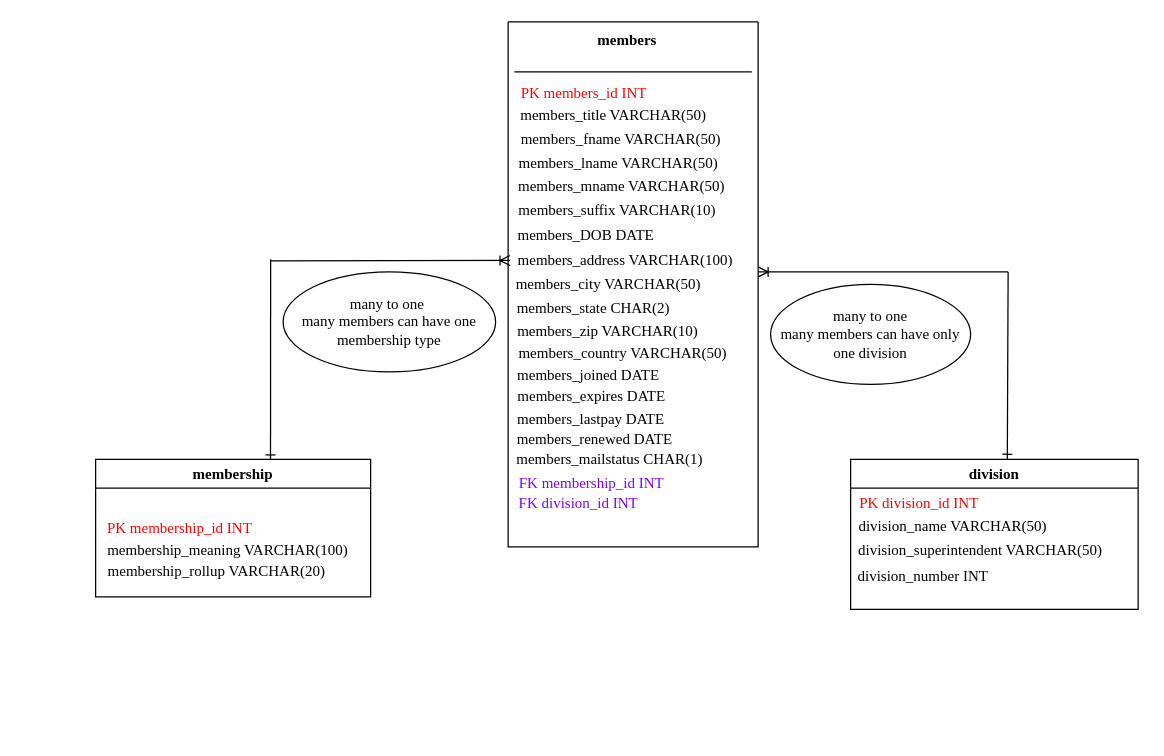
This is ProjectNMRA.SER.drawio from angelikakasia/SQL, a draw.io file, before an edit. Source tidied: cells renumbered, new cells numbered last; positions are measured from the earlier drawing's top-left corner, leaving out a move shared by most shapes. Both pictures are drawn from the tidied source at 125%, with x=0, y=0 at pixel (55, 21).
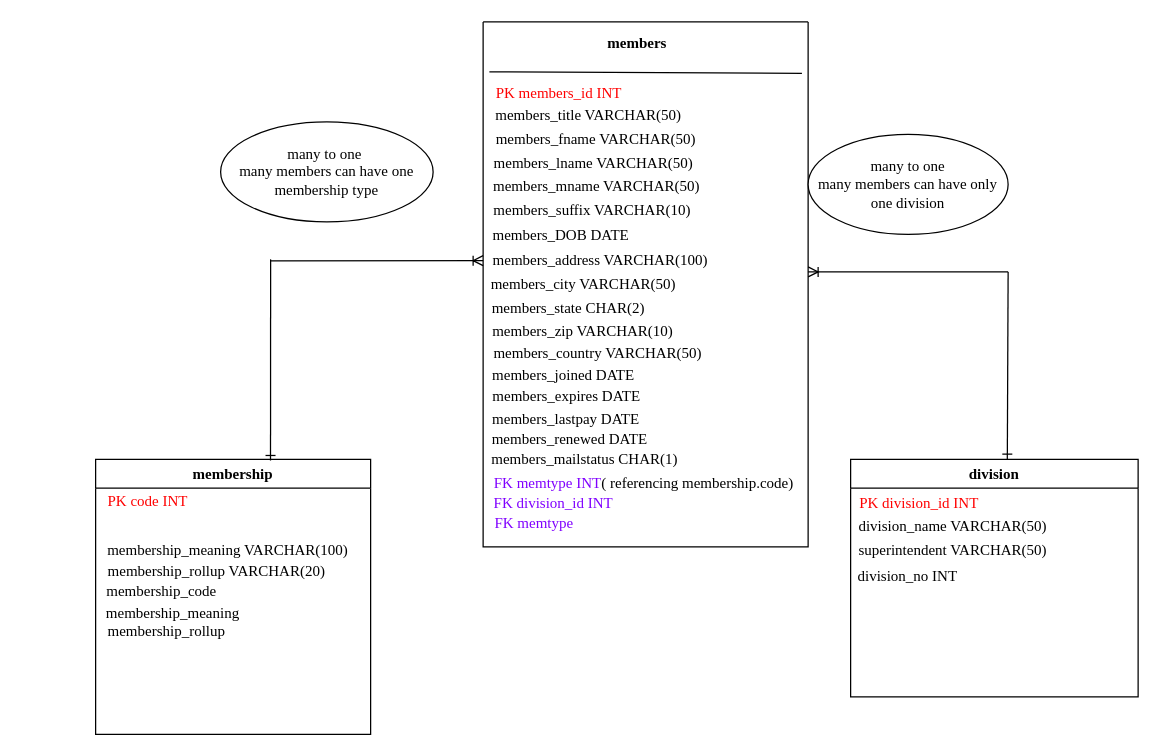
The same diagram, later.

The change refers to these unchanged cells:
```xml
<mxCell id="11" value="members_city VARCHAR(50)" style="text;html=1;align=center;verticalAlign=middle;whiteSpace=wrap;rounded=0;fontFamily=Times New Roman;" parent="2" vertex="1">
  <mxGeometry x="-5" y="195" width="171" height="30" as="geometry" />
</mxCell>
```

Change to the diagram source:
```diff
@@
     <mxCell id="2" style="swimlane;startSize=0;fontFamily=Times New Roman;" parent="1" vertex="1">
-      <mxGeometry x="362" width="200" height="420" as="geometry" />
+      <mxGeometry x="342" width="260" height="420" as="geometry" />
     </mxCell>
     <mxCell id="3" value="&lt;b&gt;members&lt;/b&gt;" style="text;html=1;align=center;verticalAlign=middle;strokeColor=none;fillColor=none;fontFamily=Times New Roman;" parent="2" vertex="1">
-      <mxGeometry x="60" width="70" height="30" as="geometry" />
+      <mxGeometry x="88" y="2" width="70" height="30" as="geometry" />
     </mxCell>
@@
-    <mxCell id="7" style="endArrow=none;html=1;rounded=0;fontFamily=Times New Roman;" parent="2" edge="1">
+    <mxCell id="7" style="endArrow=none;html=1;rounded=0;fontFamily=Times New Roman;entryX=0.981;entryY=0.098;entryDx=0;entryDy=0;entryPerimeter=0;" parent="2" edge="1" target="2">
       <mxGeometry relative="1" as="geometry">
         <mxPoint x="5" y="40" as="sourcePoint" />
-        <mxPoint x="195" y="40" as="targetPoint" />
       </mxGeometry>
     </mxCell>
@@
-    <mxCell id="23" value="&lt;span style=&quot;color: light-dark(rgb(128, 0, 255), rgb(237, 237, 237));&quot;&gt;FK &lt;/span&gt;&lt;span style=&quot;color: light-dark(rgb(128, 0, 255), rgb(237, 237, 237));&quot;&gt;membership_id INT &lt;/span&gt;" style="text;whiteSpace=wrap;html=1;fontFamily=Times New Roman;" parent="2" vertex="1">
-      <mxGeometry x="6.5" y="355" width="160" height="40" as="geometry" />
+    <mxCell id="23" value="&lt;font face=&quot;Times New Roman&quot;&gt;&lt;span style=&quot;color: light-dark(rgb(128, 0, 255), rgb(237, 237, 237));&quot;&gt;FK &lt;/span&gt;&lt;span style=&quot;color: light-dark(rgb(128, 0, 255), rgb(237, 237, 237));&quot;&gt;memtype INT&lt;/span&gt;( referencing membership.code)&lt;/font&gt;" style="text;whiteSpace=wrap;html=1;fontFamily=Times New Roman;" parent="2" vertex="1">
+      <mxGeometry x="6.5" y="355" width="253.5" height="40" as="geometry" />
     </mxCell>
+    <mxCell id="39" value="&lt;span style=&quot;color: light-dark(rgb(128, 0, 255), rgb(237, 237, 237));&quot;&gt;&lt;font face=&quot;Times New Roman&quot;&gt;FK memtype&lt;/font&gt;&lt;/span&gt;" style="text;html=1;align=center;verticalAlign=middle;whiteSpace=wrap;rounded=0;" parent="2" vertex="1">
+      <mxGeometry x="-14" y="386" width="110" height="30" as="geometry" />
+    </mxCell>
     <mxCell id="24" value="&lt;div align=&quot;center&quot;&gt;membership &lt;/div&gt;" style="swimlane;whiteSpace=wrap;html=1;fontFamily=Times New Roman;align=center;" parent="1" vertex="1">
-      <mxGeometry x="32" y="350" width="220" height="110" as="geometry" />
+      <mxGeometry x="32" y="350" width="220" height="220" as="geometry" />
     </mxCell>
-    <mxCell id="25" value="&lt;span style=&quot;color: light-dark(rgb(255, 0, 0), rgb(237, 237, 237));&quot;&gt;PK &lt;/span&gt;&lt;span style=&quot;color: light-dark(rgb(255, 0, 0), rgb(237, 237, 237));&quot;&gt;membership_id INT&amp;nbsp; &lt;/span&gt;" style="text;html=1;align=center;verticalAlign=middle;whiteSpace=wrap;rounded=0;fontFamily=Times New Roman;" parent="24" vertex="1">
-      <mxGeometry x="-32" y="40" width="202" height="30" as="geometry" />
+    <mxCell id="25" value="&lt;span style=&quot;color: light-dark(rgb(255, 0, 0), rgb(237, 237, 237));&quot;&gt;PK &lt;/span&gt;&lt;span style=&quot;color: light-dark(rgb(255, 0, 0), rgb(237, 237, 237));&quot;&gt;code INT&lt;br&gt;&lt;/span&gt;" style="text;html=1;align=center;verticalAlign=middle;whiteSpace=wrap;rounded=0;fontFamily=Times New Roman;" parent="24" vertex="1">
+      <mxGeometry x="-59" y="19" width="202" height="30" as="geometry" />
     </mxCell>
@@
+    <mxCell id="40" value="&lt;font face=&quot;Times New Roman&quot;&gt;membership_code&lt;/font&gt;" style="text;html=1;align=center;verticalAlign=middle;whiteSpace=wrap;rounded=0;" parent="24" vertex="1">
+      <mxGeometry x="23" y="91" width="60" height="30" as="geometry" />
+    </mxCell>
+    <mxCell id="41" value="&lt;font face=&quot;Times New Roman&quot;&gt;membership_meaning&lt;/font&gt;" style="text;html=1;align=center;verticalAlign=middle;whiteSpace=wrap;rounded=0;" parent="24" vertex="1">
+      <mxGeometry x="32" y="108" width="60" height="30" as="geometry" />
+    </mxCell>
+    <mxCell id="42" value="&lt;font face=&quot;Times New Roman&quot;&gt;membership_rollup&lt;/font&gt;" style="text;html=1;align=center;verticalAlign=middle;whiteSpace=wrap;rounded=0;" parent="24" vertex="1">
+      <mxGeometry x="27" y="123" width="60" height="30" as="geometry" />
+    </mxCell>
     <mxCell id="28" value="division" style="swimlane;whiteSpace=wrap;html=1;fontFamily=Times New Roman;" parent="1" vertex="1">
-      <mxGeometry x="636" y="350" width="230" height="120" as="geometry" />
+      <mxGeometry x="636" y="350" width="230" height="190" as="geometry" />
     </mxCell>
@@
-    <mxCell id="31" value="division_superintendent VARCHAR(50)" style="text;html=1;align=center;verticalAlign=middle;whiteSpace=wrap;rounded=0;fontFamily=Times New Roman;" parent="28" vertex="1">
-      <mxGeometry x="-6" y="58" width="220" height="30" as="geometry" />
+    <mxCell id="31" value="superintendent VARCHAR(50)" style="text;html=1;align=center;verticalAlign=middle;whiteSpace=wrap;rounded=0;fontFamily=Times New Roman;" parent="28" vertex="1">
+      <mxGeometry x="-28" y="58" width="220" height="30" as="geometry" />
     </mxCell>
-    <mxCell id="32" value="&lt;font face=&quot;Times New Roman&quot;&gt;division_number INT&lt;br&gt;&lt;/font&gt;" style="text;whiteSpace=wrap;html=1;" parent="28" vertex="1">
+    <mxCell id="32" value="&lt;font face=&quot;Times New Roman&quot;&gt;division_no INT&lt;br&gt;&lt;/font&gt;" style="text;whiteSpace=wrap;html=1;" parent="28" vertex="1">
       <mxGeometry x="4" y="80" width="230" height="40" as="geometry" />
     </mxCell>
-    <mxCell id="33" style="endArrow=none;html=1;rounded=0;entryX=-0.016;entryY=0.59;entryDx=0;entryDy=0;entryPerimeter=0;startArrow=ERoneToMany;startFill=0;exitX=0.038;exitY=-0.138;exitDx=0;exitDy=0;exitPerimeter=0;fontFamily=Times New Roman;" parent="1" edge="1" source="11">
+    <mxCell id="33" style="endArrow=none;html=1;rounded=0;entryX=-0.016;entryY=0.59;entryDx=0;entryDy=0;entryPerimeter=0;startArrow=ERoneToMany;startFill=0;fontFamily=Times New Roman;" parent="1" edge="1">
       <mxGeometry relative="1" as="geometry">
+        <mxPoint x="342" y="191" as="sourcePoint" />
         <mxPoint x="172" y="191.2" as="targetPoint" />
       </mxGeometry>
     </mxCell>
@@
     <mxCell id="35" style="endArrow=none;html=1;rounded=0;startArrow=ERoneToMany;startFill=0;fontFamily=Times New Roman;" parent="1" edge="1">
       <mxGeometry relative="1" as="geometry">
-        <mxPoint x="562" y="200" as="sourcePoint" />
+        <mxPoint x="602" y="200" as="sourcePoint" />
         <mxPoint x="762" y="200" as="targetPoint" />
       </mxGeometry>
     </mxCell>
@@
     <mxCell id="37" value="&lt;div&gt;many to one&amp;nbsp;&lt;/div&gt;&lt;div&gt;many members can have one membership type&lt;/div&gt;" style="ellipse;whiteSpace=wrap;html=1;fontFamily=Times New Roman;" parent="1" vertex="1">
-      <mxGeometry x="182" y="200" width="170" height="80" as="geometry" />
+      <mxGeometry x="132" y="80" width="170" height="80" as="geometry" />
     </mxCell>
     <mxCell id="38" value="&lt;div&gt;many to one&lt;/div&gt;&lt;div&gt;many members can have only one division &lt;br&gt;&lt;/div&gt;" style="ellipse;whiteSpace=wrap;html=1;fontFamily=Times New Roman;" parent="1" vertex="1">
-      <mxGeometry x="572" y="210" width="160" height="80" as="geometry" />
+      <mxGeometry x="602" y="90" width="160" height="80" as="geometry" />
     </mxCell>
```
